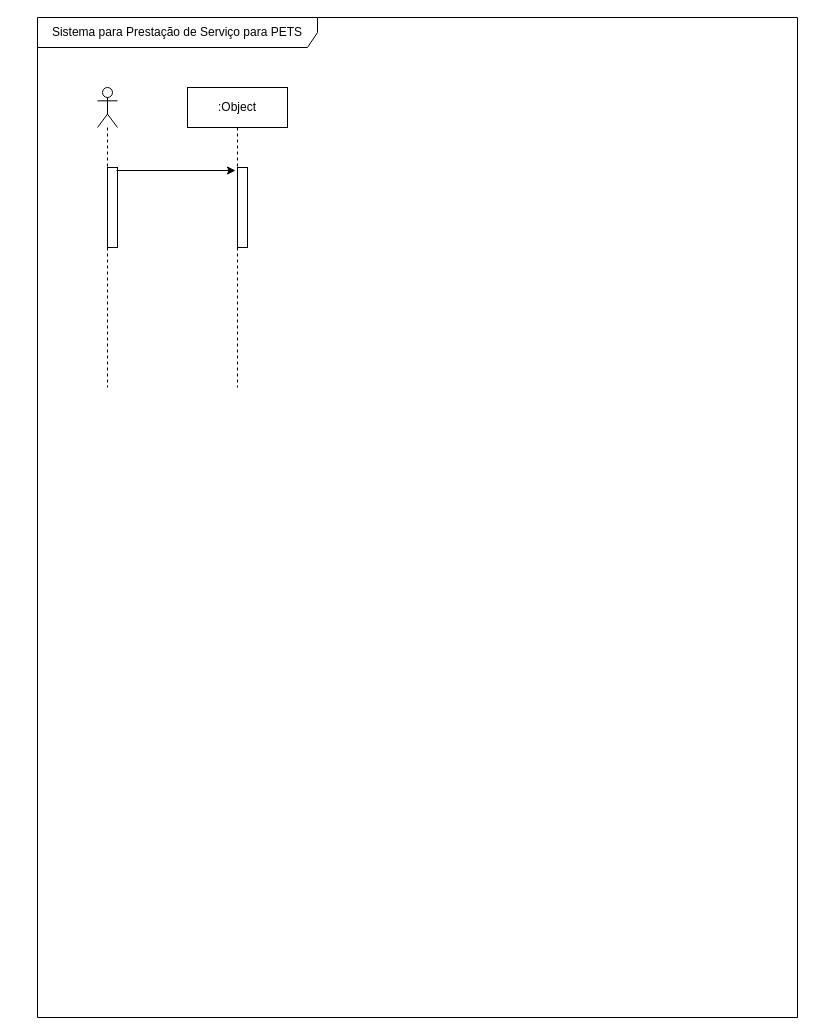
Before: DiagramaSequenciaPETS.drawio in henrique-souza/uml_exercises, a draw.io diagram. Source tidied: cells renumbered, new cells numbered last; positions are measured from the earlier drawing's top-left corner, leaving out a move shared by most shapes. Both pictures are drawn from the tidied source at 100%, with x=0, y=0 at pixel (37, 17).
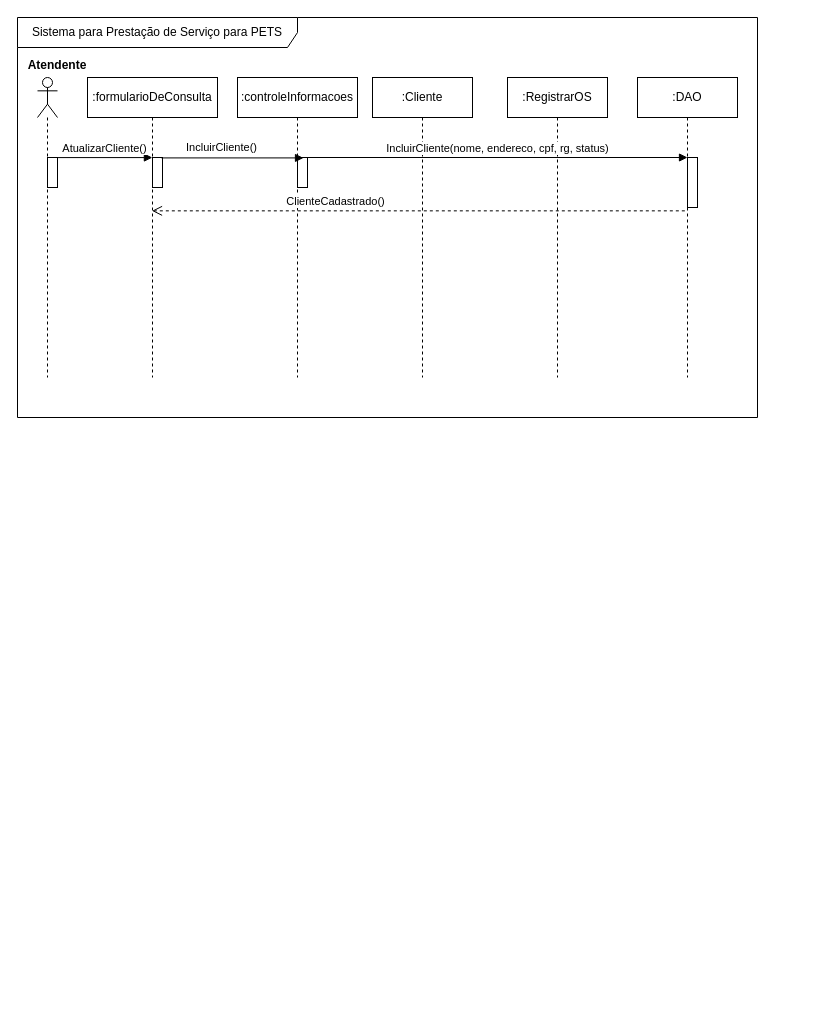
After the change.

Change to the diagram source:
```diff
@@
 <mxGraphModel>
   <root>
     <mxCell id="0" />
     <mxCell id="1" parent="0" />
     <mxCell id="2" value="Sistema para Prestação de Serviço para PETS" style="shape=umlFrame;whiteSpace=wrap;html=1;sketch=0;width=280;height=30;" parent="1" vertex="1">
-      <mxGeometry width="760" height="1000" as="geometry" />
+      <mxGeometry x="-20" width="740" height="400" as="geometry" />
     </mxCell>
     <mxCell id="3" style="shape=umlLifeline;participant=umlActor;perimeter=lifelinePerimeter;whiteSpace=wrap;html=1;verticalAlign=top;spacingTop=36;rounded=0;sketch=0;" parent="1" vertex="1">
-      <mxGeometry x="60" y="70" width="20" height="300" as="geometry" />
+      <mxGeometry y="60" width="20" height="300" as="geometry" />
     </mxCell>
     <mxCell id="4" style="html=1;points=[];perimeter=orthogonalPerimeter;sketch=0;" parent="3" vertex="1">
-      <mxGeometry x="10" y="80" width="10" height="80" as="geometry" />
+      <mxGeometry x="10" y="80" width="10" height="30" as="geometry" />
     </mxCell>
-    <mxCell id="5" value=":Object" style="shape=umlLifeline;perimeter=lifelinePerimeter;whiteSpace=wrap;html=1;outlineConnect=0;rounded=0;sketch=0;" parent="1" vertex="1">
-      <mxGeometry x="150" y="70" width="100" height="300" as="geometry" />
+    <mxCell id="5" value=":formularioDeConsulta" style="shape=umlLifeline;perimeter=lifelinePerimeter;whiteSpace=wrap;html=1;outlineConnect=0;rounded=0;sketch=0;" parent="1" vertex="1">
+      <mxGeometry x="50" y="60" width="130" height="300" as="geometry" />
     </mxCell>
     <mxCell id="6" style="html=1;points=[];perimeter=orthogonalPerimeter;sketch=0;" parent="5" vertex="1">
-      <mxGeometry x="50" y="80" width="10" height="80" as="geometry" />
+      <mxGeometry x="65" y="80" width="10" height="30" as="geometry" />
     </mxCell>
+    <mxCell id="8" value=":controleInformacoes" style="shape=umlLifeline;perimeter=lifelinePerimeter;whiteSpace=wrap;html=1;" parent="1" vertex="1">
+      <mxGeometry x="200" y="60" width="120" height="300" as="geometry" />
+    </mxCell>
+    <mxCell id="9" style="html=1;points=[];perimeter=orthogonalPerimeter;" parent="8" vertex="1">
+      <mxGeometry x="60" y="80" width="10" height="30" as="geometry" />
+    </mxCell>
+    <mxCell id="10" value=":Cliente" style="shape=umlLifeline;perimeter=lifelinePerimeter;whiteSpace=wrap;html=1;" parent="1" vertex="1">
+      <mxGeometry x="335" y="60" width="100" height="300" as="geometry" />
+    </mxCell>
+    <mxCell id="11" value=":DAO" style="shape=umlLifeline;perimeter=lifelinePerimeter;whiteSpace=wrap;html=1;" parent="1" vertex="1">
+      <mxGeometry x="600" y="60" width="100" height="300" as="geometry" />
+    </mxCell>
+    <mxCell id="12" style="html=1;points=[];perimeter=orthogonalPerimeter;" parent="11" vertex="1">
+      <mxGeometry x="50" y="80" width="10" height="50" as="geometry" />
+    </mxCell>
+    <mxCell id="13" value=":RegistrarOS" style="shape=umlLifeline;perimeter=lifelinePerimeter;whiteSpace=wrap;html=1;" parent="1" vertex="1">
+      <mxGeometry x="470" y="60" width="100" height="300" as="geometry" />
+    </mxCell>
+    <mxCell id="14" value="IncluirCliente()" style="html=1;verticalAlign=bottom;endArrow=block;rounded=0;exitX=0.9;exitY=0.014;exitDx=0;exitDy=0;exitPerimeter=0;entryX=0.6;entryY=0.014;entryDx=0;entryDy=0;entryPerimeter=0;" parent="1" edge="1" source="6" target="9">
+      <mxGeometry x="-0.16" y="1" relative="1" as="geometry" />
+    </mxCell>
+    <mxCell id="15" value="IncluirCliente(nome, endereco, cpf, rg, status)" style="html=1;verticalAlign=bottom;endArrow=block;rounded=0;exitX=1;exitY=0;exitDx=0;exitDy=0;exitPerimeter=0;entryX=0;entryY=0;entryDx=0;entryDy=0;entryPerimeter=0;" parent="1" edge="1" source="9" target="12">
+      <mxGeometry relative="1" as="geometry" />
+    </mxCell>
-    <mxCell id="7" style="edgeStyle=orthogonalEdgeStyle;rounded=0;sketch=0;jettySize=auto;html=1;entryX=-0.2;entryY=0.038;entryDx=0;entryDy=0;entryPerimeter=0;exitX=0.9;exitY=0.038;exitDx=0;exitDy=0;exitPerimeter=0;" parent="1" edge="1" source="4" target="6">
+    <mxCell id="7" value="AtualizarCliente()" style="html=1;verticalAlign=bottom;endArrow=block;rounded=0;exitX=1.022;exitY=0.003;exitDx=0;exitDy=0;exitPerimeter=0;entryX=-0.011;entryY=0.003;entryDx=0;entryDy=0;entryPerimeter=0;" parent="1" edge="1" source="4" target="6">
       <mxGeometry relative="1" as="geometry" />
     </mxCell>
+    <mxCell id="16" value="ClienteCadastrado()" style="html=1;verticalAlign=bottom;endArrow=open;dashed=1;endSize=8;rounded=0;exitX=-0.267;exitY=1.067;exitDx=0;exitDy=0;exitPerimeter=0;" parent="1" edge="1" source="12" target="5">
+      <mxGeometry x="0.31" relative="1" as="geometry" />
+    </mxCell>
+    <mxCell id="17" value="Atendente" style="text;align=center;fontStyle=1;verticalAlign=middle;spacingLeft=3;spacingRight=3;strokeColor=none;" parent="1" vertex="1">
+      <mxGeometry x="-20" y="34" width="80" height="26" as="geometry" />
+    </mxCell>
   </root>
 </mxGraphModel>
```
